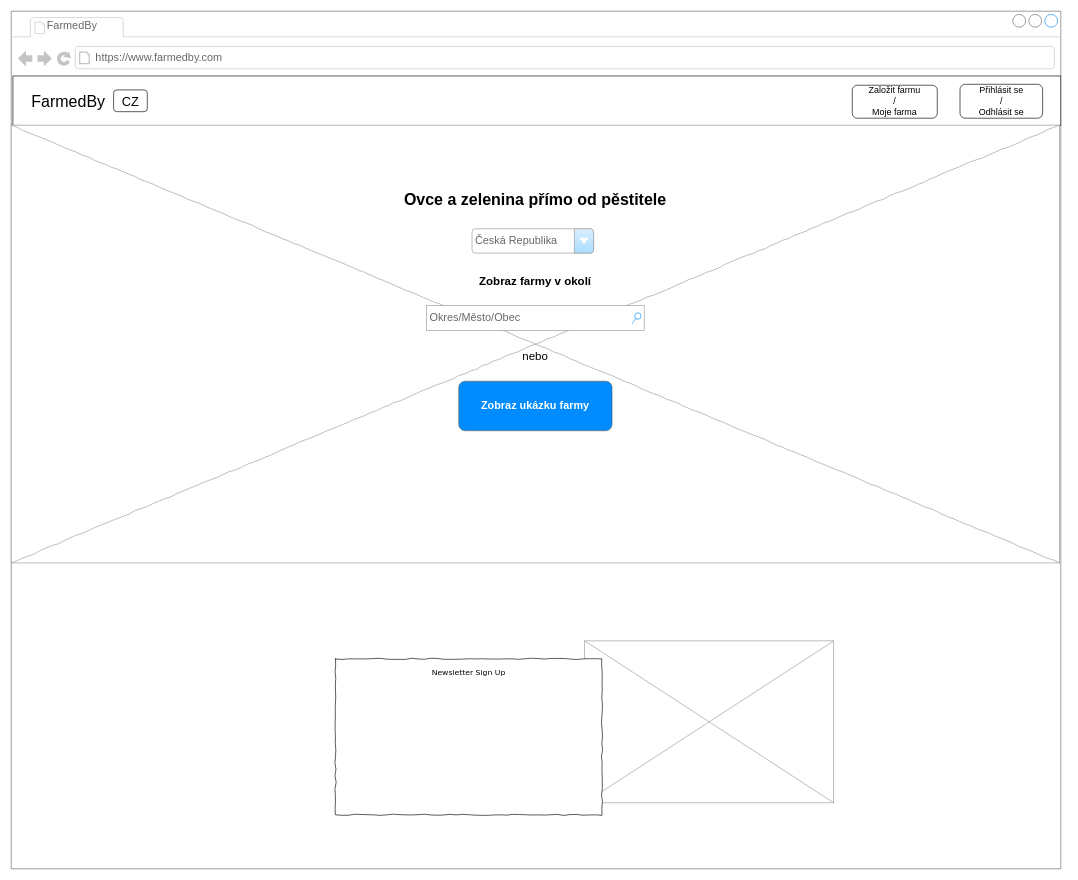
Above: page "/" (1 of 9) of wireframes.drawio in matous94/farmedby (draw.io), before the change. Source tidied: cells renumbered, new cells numbered last; positions are measured from the earlier drawing's top-left corner, leaving out a move shared by most shapes. Both pictures are drawn from the tidied source at 64%, with x=0, y=0 at pixel (11, 11).
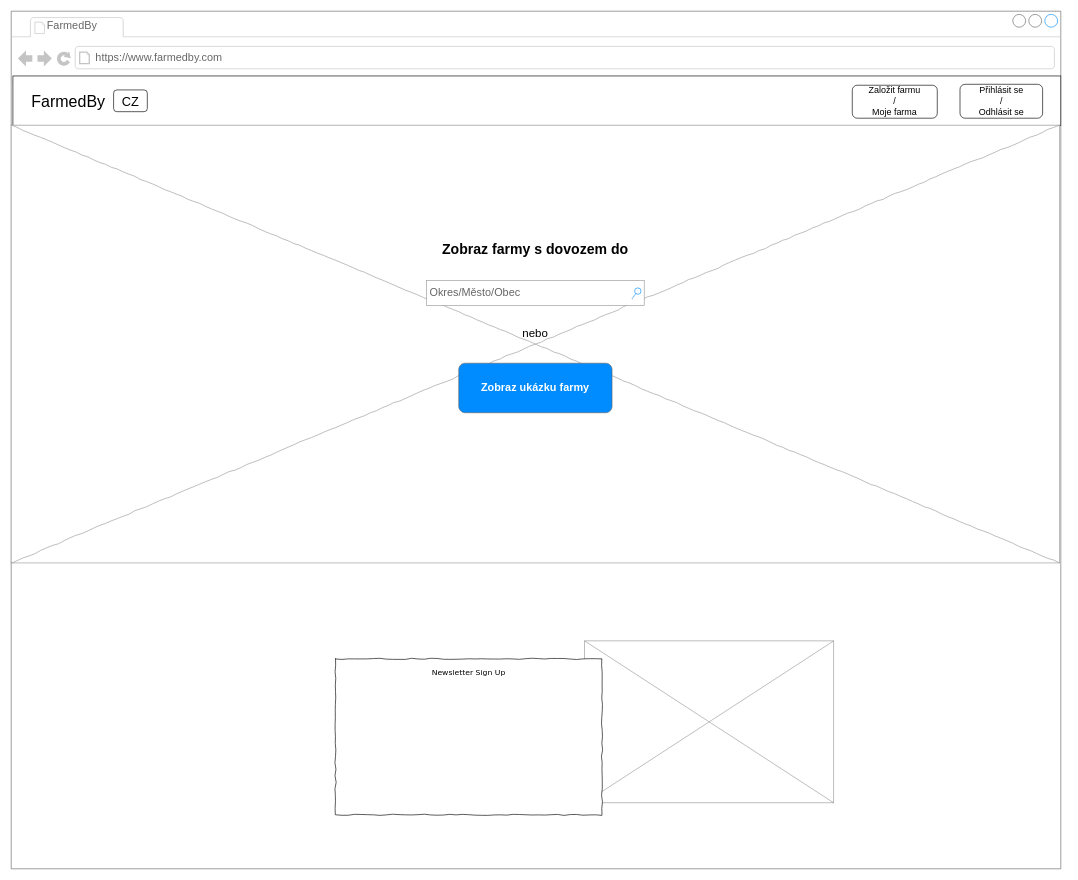
The same diagram, later.

Unchanged cells that the change refers to:
```xml
<mxCell id="12" style="group;" parent="3" vertex="1">
  <mxGeometry y="178" width="1638.2" height="684.1" as="geometry" />
</mxCell>
```

Change to the diagram source:
```diff
@@
     <mxCell id="14" value="Okres/Město/Obec" style="strokeWidth=1;shadow=0;dashed=0;align=center;html=1;shape=mxgraph.mockup.forms.searchBox;strokeColor=#999999;mainText=;strokeColor2=#008cff;fontColor=#666666;fontSize=17;align=left;spacingLeft=3;rounded=0;labelBackgroundColor=none;comic=1;" parent="12" vertex="1">
-      <mxGeometry x="649.1" y="282" width="340" height="38.7" as="geometry" />
+      <mxGeometry x="649.1" y="243" width="340" height="38.7" as="geometry" />
     </mxCell>
-    <mxCell id="15" value="Zobraz farmy v okolí" style="text;html=1;strokeColor=none;fillColor=none;align=center;verticalAlign=middle;whiteSpace=wrap;rounded=0;fontSize=18;fontStyle=1;" parent="12" vertex="1">
-      <mxGeometry x="672.3" y="232.3" width="293.6" height="25.8" as="geometry" />
+    <mxCell id="15" value="&lt;font style=&quot;font-size: 22px&quot;&gt;Zobraz farmy s dovozem do&lt;/font&gt;" style="text;html=1;strokeColor=none;fillColor=none;align=center;verticalAlign=middle;whiteSpace=wrap;rounded=0;fontSize=18;fontStyle=1;" parent="12" vertex="1">
+      <mxGeometry x="672.3" y="182" width="293.6" height="25.8" as="geometry" />
     </mxCell>
     <mxCell id="16" value="nebo" style="text;html=1;strokeColor=none;fillColor=none;align=center;verticalAlign=middle;whiteSpace=wrap;rounded=0;fontSize=18;fontStyle=0;" parent="12" vertex="1">
-      <mxGeometry x="672.3" y="348.5" width="293.6" height="25.8" as="geometry" />
+      <mxGeometry x="672.3" y="312" width="293.6" height="25.8" as="geometry" />
     </mxCell>
     <mxCell id="17" value="Zobraz ukázku farmy" style="strokeWidth=1;shadow=0;dashed=0;align=center;html=1;shape=mxgraph.mockup.buttons.button;strokeColor=#666666;fontColor=#ffffff;mainText=;buttonStyle=round;fontSize=17;fontStyle=1;fillColor=#008cff;whiteSpace=wrap;" parent="12" vertex="1">
-      <mxGeometry x="699.3" y="400.1" width="239.5" height="77.4" as="geometry" />
+      <mxGeometry x="699.3" y="372" width="239.5" height="77.4" as="geometry" />
     </mxCell>
-    <mxCell id="18" value="Ovce a zelenina přímo od pěstitele" style="text;html=1;strokeColor=none;fillColor=none;align=center;verticalAlign=middle;whiteSpace=wrap;rounded=0;fontSize=25;fontStyle=1;" parent="12" vertex="1">
-      <mxGeometry x="448.2" y="64.5" width="741.8" height="103.3" as="geometry" />
-    </mxCell>
-    <mxCell id="19" value="Česká Republika" style="strokeWidth=1;shadow=0;dashed=0;align=center;html=1;shape=mxgraph.mockup.forms.comboBox;strokeColor=#999999;fillColor=#ddeeff;align=left;fillColor2=#aaddff;mainText=;fontColor=#666666;fontSize=17;spacingLeft=3;" parent="12" vertex="1">
-      <mxGeometry x="720" y="162" width="190" height="38" as="geometry" />
-    </mxCell>
```
